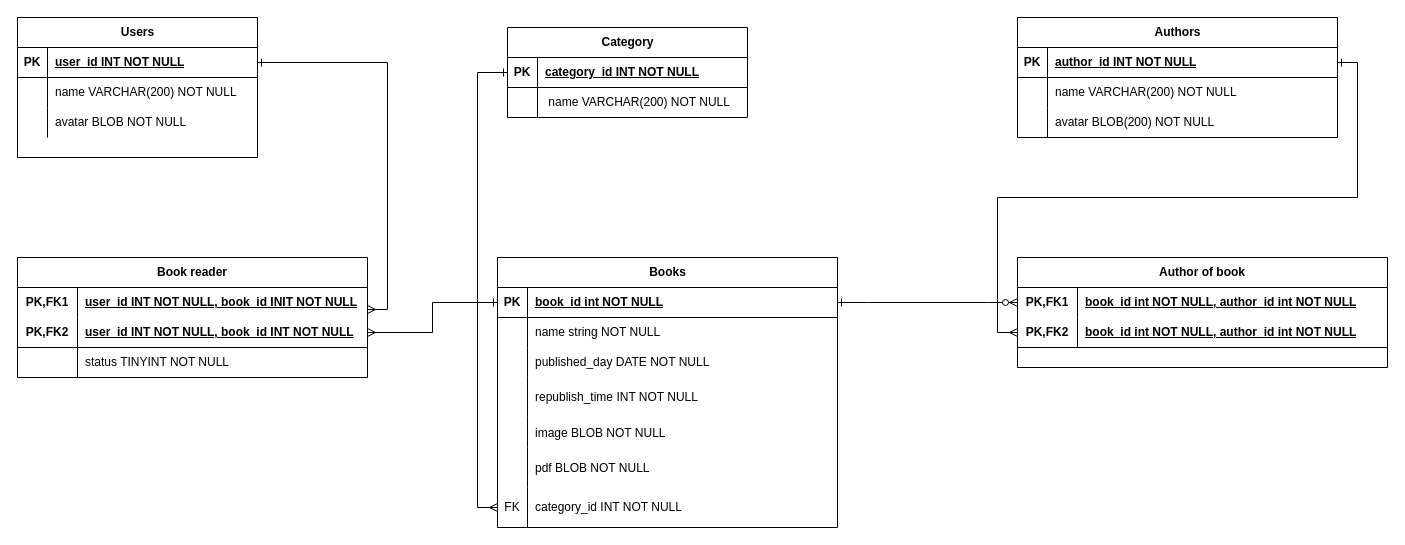
Before: database.drawio in hoainam1998/Book_App, a draw.io diagram. Source tidied: cells renumbered, new cells numbered last; positions are measured from the earlier drawing's top-left corner, leaving out a move shared by most shapes. Both pictures are drawn from the tidied source at 100%, with x=0, y=0 at pixel (17, 17).
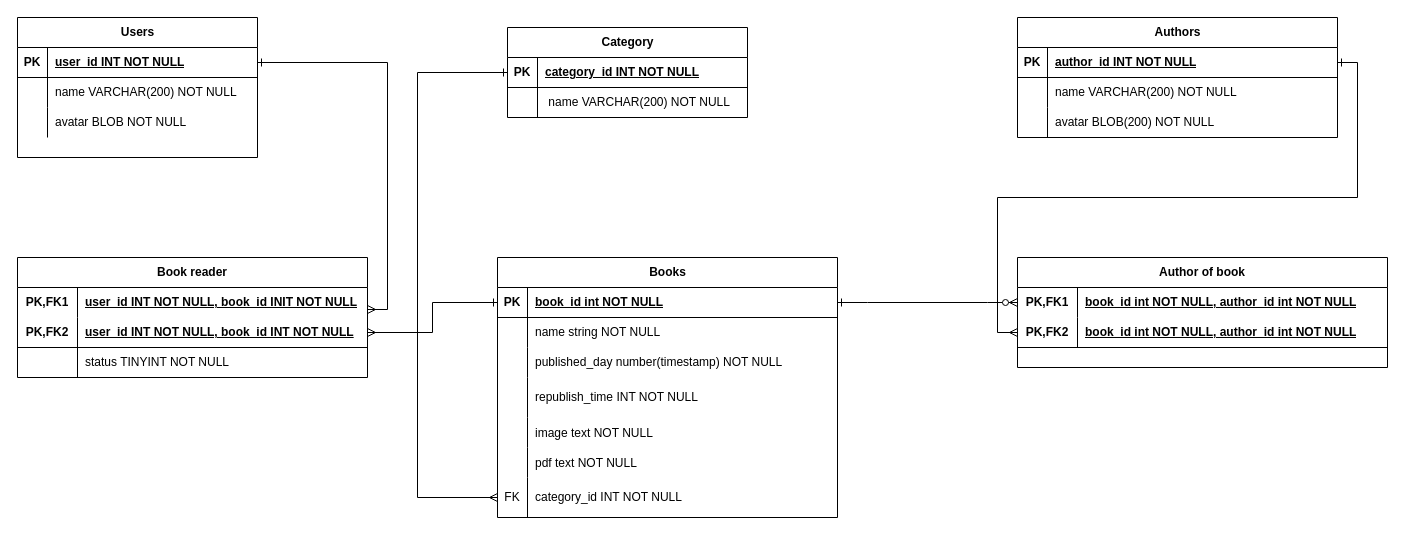
The same page after the edit.

Commit message (it also covers changes not shown here):
config database (24/2/2024)

Unchanged cells that the change refers to:
```xml
<mxCell id="21" value="Category" style="shape=table;startSize=30;childLayout=tableLayout;rowLines=0;fontStyle=1;align=center;html=1;" parent="1" vertex="1">
  <mxGeometry x="490" y="10" width="240" height="90" as="geometry" />
</mxCell>
<mxCell id="35" style="shape=tableRow;horizontal=0;startSize=0;swimlaneHead=0;swimlaneBody=0;fillColor=none;top=0;left=0;right=0;bottom=0;" parent="28" vertex="1">
  <mxGeometry y="90" width="340" height="30" as="geometry" />
</mxCell>
<mxCell id="41" style="shape=tableRow;horizontal=0;startSize=0;swimlaneHead=0;swimlaneBody=0;fillColor=none;top=0;left=0;right=0;bottom=0;" parent="28" vertex="1">
  <mxGeometry y="160" width="340" height="30" as="geometry" />
</mxCell>
```

The edit, as a diff of the source:
```diff
@@
     <mxCell id="20" style="edgeStyle=orthogonalEdgeStyle;rounded=0;jettySize=auto;html=1;entryX=0;entryY=0.5;entryDx=0;entryDy=0;startArrow=ERone;startFill=0;endArrow=ERmany;endFill=0;" parent="1" edge="1" source="21" target="47">
       <mxGeometry relative="1" as="geometry">
         <Array as="points">
-          <mxPoint x="460" y="55" />
-          <mxPoint x="460" y="490" />
+          <mxPoint x="400" y="55" />
+          <mxPoint x="400" y="480" />
         </Array>
       </mxGeometry>
     </mxCell>
@@
     <mxCell id="28" value="Books" style="shape=table;startSize=30;childLayout=tableLayout;rowLines=0;fontStyle=1;align=center;html=1;" parent="1" vertex="1">
-      <mxGeometry x="480" y="240" width="340" height="270" as="geometry" />
+      <mxGeometry x="480" y="240" width="340" height="260" as="geometry" />
     </mxCell>
@@
-    <mxCell id="37" value="published_day DATE NOT NULL" style="shape=partialRectangle;fillColor=none;top=0;left=0;bottom=0;right=0;align=left;spacingLeft=6;overflow=hidden;whiteSpace=wrap;html=1;" parent="35" vertex="1">
+    <mxCell id="37" value="published_day number(timestamp) NOT NULL" style="shape=partialRectangle;fillColor=none;top=0;left=0;bottom=0;right=0;align=left;spacingLeft=6;overflow=hidden;whiteSpace=wrap;html=1;" parent="35" vertex="1">
       <mxGeometry x="30" width="310" height="30" as="geometry" />
     </mxCell>
@@
-    <mxCell id="43" value="image BLOB NOT NULL" style="shape=partialRectangle;fillColor=none;top=0;left=0;bottom=0;right=0;align=left;spacingLeft=6;overflow=hidden;" parent="41" vertex="1">
+    <mxCell id="43" value="image text NOT NULL" style="shape=partialRectangle;fillColor=none;top=0;left=0;bottom=0;right=0;align=left;spacingLeft=6;overflow=hidden;" parent="41" vertex="1">
       <mxGeometry x="30" width="310" height="30" as="geometry" />
     </mxCell>
     <mxCell id="44" style="shape=tableRow;horizontal=0;startSize=0;swimlaneHead=0;swimlaneBody=0;fillColor=none;top=0;left=0;right=0;bottom=0;" parent="28" vertex="1">
-      <mxGeometry y="190" width="340" height="40" as="geometry" />
+      <mxGeometry y="190" width="340" height="30" as="geometry" />
     </mxCell>
     <mxCell id="45" style="shape=partialRectangle;fillColor=none;top=0;left=0;bottom=0;right=0;overflow=hidden;" parent="44" vertex="1">
-      <mxGeometry width="30" height="40" as="geometry" />
+      <mxGeometry width="30" height="30" as="geometry" />
     </mxCell>
-    <mxCell id="46" value="pdf BLOB NOT NULL" style="shape=partialRectangle;fillColor=none;top=0;left=0;bottom=0;right=0;align=left;spacingLeft=6;overflow=hidden;" parent="44" vertex="1">
-      <mxGeometry x="30" width="310" height="40" as="geometry" />
+    <mxCell id="46" value="pdf text NOT NULL" style="shape=partialRectangle;fillColor=none;top=0;left=0;bottom=0;right=0;align=left;spacingLeft=6;overflow=hidden;" parent="44" vertex="1">
+      <mxGeometry x="30" width="310" height="30" as="geometry" />
     </mxCell>
     <mxCell id="47" style="shape=tableRow;horizontal=0;startSize=0;swimlaneHead=0;swimlaneBody=0;fillColor=none;points=[[0,0.5],[1,0.5]];portConstraint=eastwest;top=0;left=0;right=0;bottom=0;" parent="28" vertex="1">
-      <mxGeometry y="230" width="340" height="40" as="geometry" />
+      <mxGeometry y="220" width="340" height="40" as="geometry" />
     </mxCell>
```
